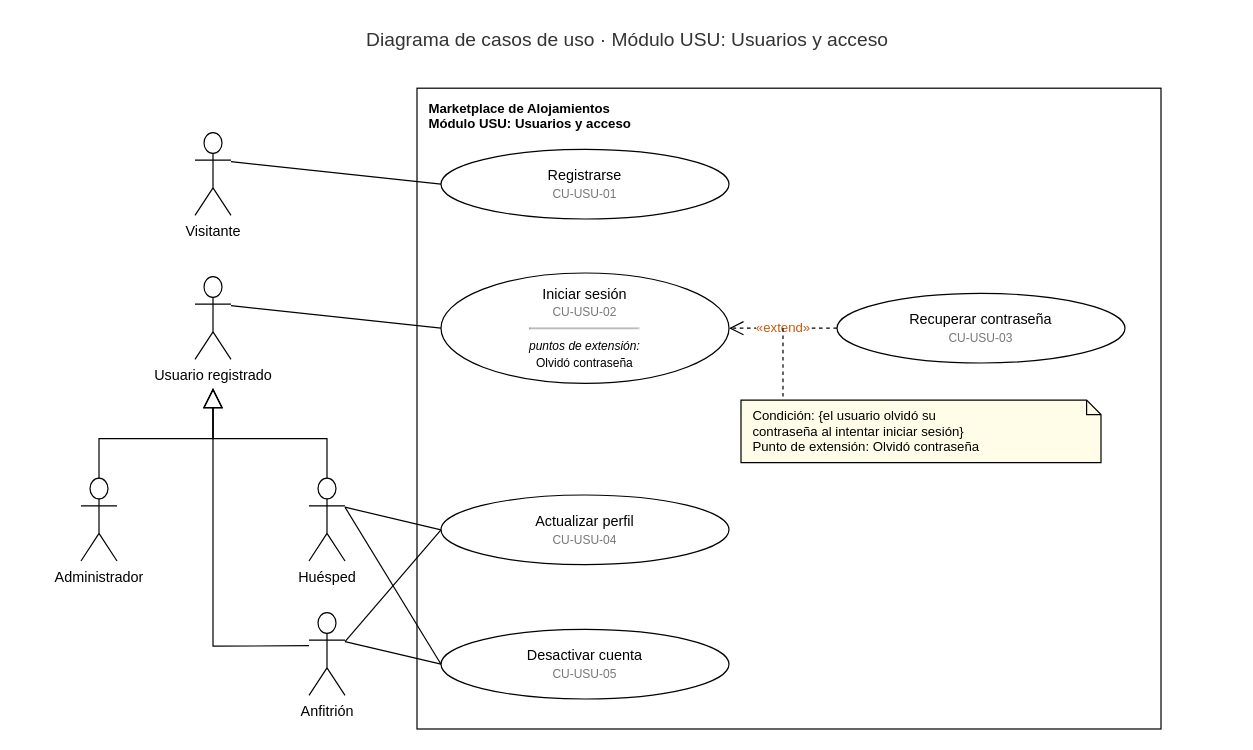
Earlier version of the draw.io diagram page "CU USU" (1 of 5) of docs/diagramas/Casos_de_Uso_Marketplace_Alojamientos.drawio (cubillosj71-design/marketplace-lr). Source tidied: cells renumbered, new cells numbered last; positions are measured from the earlier drawing's top-left corner, leaving out a move shared by most shapes. Both pictures are drawn from the tidied source at 120%, with x=0, y=0 at pixel (20, 20).
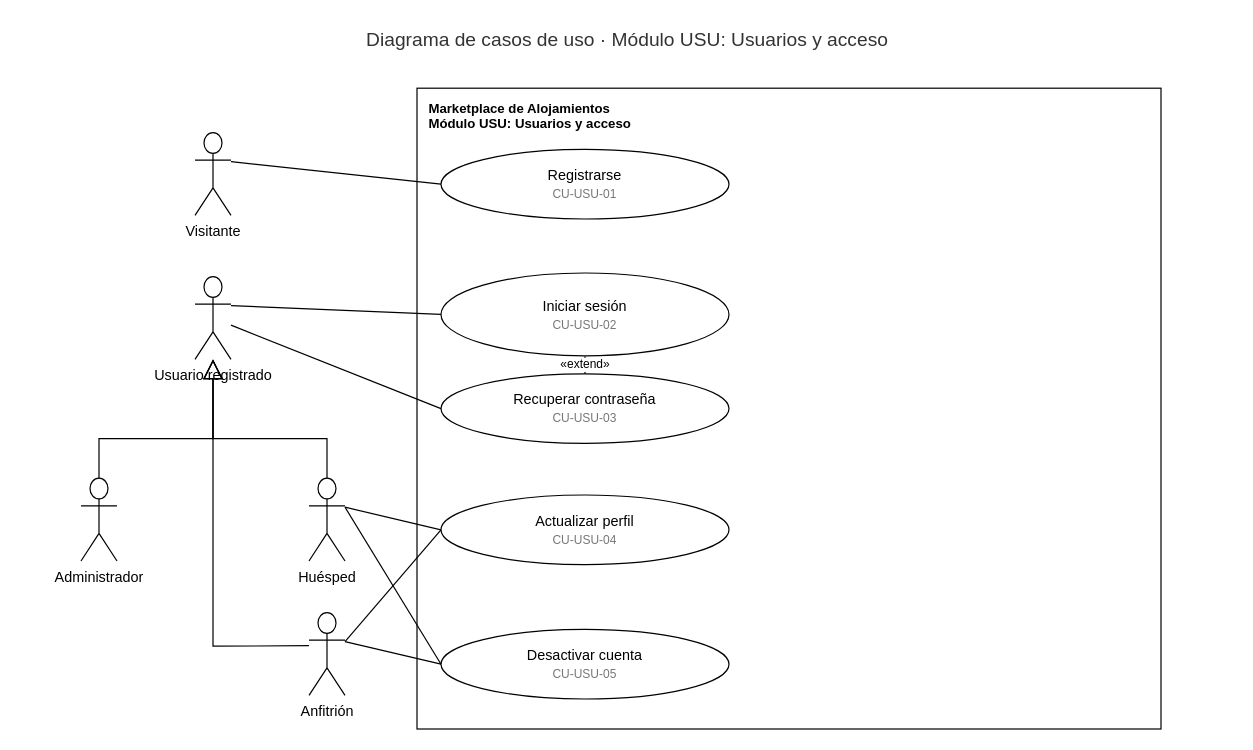
After the change.

The change refers to these unchanged cells:
```xml
<mxCell id="10" value="Usuario registrado" style="shape=umlActor;verticalLabelPosition=bottom;verticalAlign=top;html=1;outlineConnect=0;fontSize=12;" parent="1" vertex="1">
  <mxGeometry x="145" y="213" width="30" height="69" as="geometry" />
</mxCell>
<mxCell id="11" value="Administrador" style="shape=umlActor;verticalLabelPosition=bottom;verticalAlign=top;html=1;outlineConnect=0;fontSize=12;" parent="1" vertex="1">
  <mxGeometry x="50" y="381" width="30" height="69" as="geometry" />
</mxCell>
<mxCell id="12" value="Huésped" style="shape=umlActor;verticalLabelPosition=bottom;verticalAlign=top;html=1;outlineConnect=0;fontSize=12;" parent="1" vertex="1">
  <mxGeometry x="240" y="381" width="30" height="69" as="geometry" />
</mxCell>
<mxCell id="13" value="Anfitrión" style="shape=umlActor;verticalLabelPosition=bottom;verticalAlign=top;html=1;outlineConnect=0;fontSize=12;" parent="1" vertex="1">
  <mxGeometry x="240" y="493" width="30" height="69" as="geometry" />
</mxCell>
```

Change to the diagram source:
```diff
@@
-    <mxCell id="5" value="Iniciar sesión&lt;br&gt;&lt;font style=&quot;font-size:10px&quot; color=&quot;#777777&quot;&gt;CU-USU-02&lt;/font&gt;&lt;hr&gt;&lt;i&gt;&lt;font style=&quot;font-size:10px&quot;&gt;puntos de extensión:&lt;/font&gt;&lt;/i&gt;&lt;br&gt;&lt;font style=&quot;font-size:10px&quot;&gt;Olvidó contraseña&lt;/font&gt;" style="ellipse;whiteSpace=wrap;html=1;fontSize=12;" parent="1" vertex="1">
-      <mxGeometry x="350" y="210" width="240" height="92" as="geometry" />
+    <mxCell id="5" value="Iniciar sesión&lt;br&gt;&lt;font style=&quot;font-size: 10px;&quot; color=&quot;#777777&quot;&gt;CU-USU-02&lt;/font&gt;" style="ellipse;whiteSpace=wrap;html=1;fontSize=12;" parent="1" vertex="1">
+      <mxGeometry x="350" y="210" width="240" height="69" as="geometry" />
     </mxCell>
     <mxCell id="6" value="Recuperar contraseña&lt;br&gt;&lt;font style=&quot;font-size:10px&quot; color=&quot;#777777&quot;&gt;CU-USU-03&lt;/font&gt;" style="ellipse;whiteSpace=wrap;html=1;fontSize=12;" parent="1" vertex="1">
-      <mxGeometry x="680" y="227" width="240" height="58" as="geometry" />
+      <mxGeometry x="350" y="294" width="240" height="58" as="geometry" />
     </mxCell>
@@
+    <mxCell id="26" style="edgeStyle=none;curved=1;rounded=0;curveGeometry=1;jettySize=auto;html=1;entryX=0;entryY=0.5;entryDx=0;entryDy=0;fontSize=12;defaultLabelBackgroundColor=page;labelPadding=0 4;startSize=8;endSize=8;endArrow=none;endFill=0;" parent="1" edge="1" source="10" target="6">
+      <mxGeometry relative="1" as="geometry" />
+    </mxCell>
@@
-    <mxCell id="20" style="endArrow=block;endFill=0;endSize=14;html=1;rounded=0;exitX=0.5;exitY=0;exitDx=0;exitDy=0;" parent="1" edge="1" source="11">
+    <mxCell id="20" style="endArrow=block;endFill=0;endSize=14;html=1;rounded=0;exitX=0.5;exitY=0;exitDx=0;exitDy=0;entryX=0.5;entryY=1;entryDx=0;entryDy=0;" parent="1" edge="1" source="11" target="10">
       <mxGeometry relative="1" as="geometry">
-        <mxPoint x="160" y="306" as="targetPoint" />
         <Array as="points">
           <mxPoint x="65" y="348" />
           <mxPoint x="160" y="348" />
         </Array>
       </mxGeometry>
     </mxCell>
-    <mxCell id="21" style="endArrow=block;endFill=0;endSize=14;html=1;rounded=0;exitX=0.5;exitY=0;exitDx=0;exitDy=0;" parent="1" edge="1" source="12">
+    <mxCell id="21" style="endArrow=block;endFill=0;endSize=14;html=1;rounded=0;exitX=0.5;exitY=0;exitDx=0;exitDy=0;entryX=0.5;entryY=1;entryDx=0;entryDy=0;" parent="1" edge="1" source="12" target="10">
       <mxGeometry relative="1" as="geometry">
-        <mxPoint x="160" y="306" as="targetPoint" />
         <Array as="points">
           <mxPoint x="255" y="348" />
           <mxPoint x="160" y="348" />
         </Array>
       </mxGeometry>
     </mxCell>
-    <mxCell id="22" style="endArrow=block;endFill=0;endSize=14;html=1;rounded=0;exitX=0;exitY=0.4;exitDx=0;exitDy=0;" parent="1" edge="1" source="13">
+    <mxCell id="22" style="endArrow=block;endFill=0;endSize=14;html=1;rounded=0;exitX=0;exitY=0.4;exitDx=0;exitDy=0;entryX=0.5;entryY=1;entryDx=0;entryDy=0;" parent="1" edge="1" source="13" target="10">
       <mxGeometry relative="1" as="geometry">
-        <mxPoint x="160" y="306" as="targetPoint" />
         <Array as="points">
           <mxPoint x="160" y="521" />
         </Array>
       </mxGeometry>
     </mxCell>
-    <mxCell id="23" value="«extend»" style="endArrow=open;endSize=10;dashed=1;html=1;rounded=0;fontColor=#C55A11;fontSize=11;labelBackgroundColor=#FFFFFF;" parent="1" edge="1" source="6" target="5">
+    <mxCell id="23" value="«extend»" style="endArrow=open;endFill=0;endSize=10;dashed=1;html=1;rounded=0;fontSize=10;labelBackgroundColor=#ffffff;exitX=0.5;exitY=0;entryX=0.5;entryY=1;" parent="1" edge="1" source="6" target="5">
       <mxGeometry relative="1" as="geometry" />
     </mxCell>
-    <mxCell id="24" value="Condición: {el usuario olvidó su&lt;br&gt;contraseña al intentar iniciar sesión}&lt;br&gt;Punto de extensión: Olvidó contraseña" style="shape=note;whiteSpace=wrap;html=1;size=12;align=left;spacingLeft=8;fontSize=11;fillColor=#FFFDE7;" parent="1" vertex="1">
-      <mxGeometry x="600" y="316" width="300" height="52" as="geometry" />
-    </mxCell>
-    <mxCell id="25" style="endArrow=none;dashed=1;html=1;rounded=0;dashPattern=3 3;" parent="1" edge="1">
-      <mxGeometry relative="1" as="geometry">
-        <mxPoint x="635" y="256" as="sourcePoint" />
-        <mxPoint x="635" y="316" as="targetPoint" />
-      </mxGeometry>
-    </mxCell>
```
